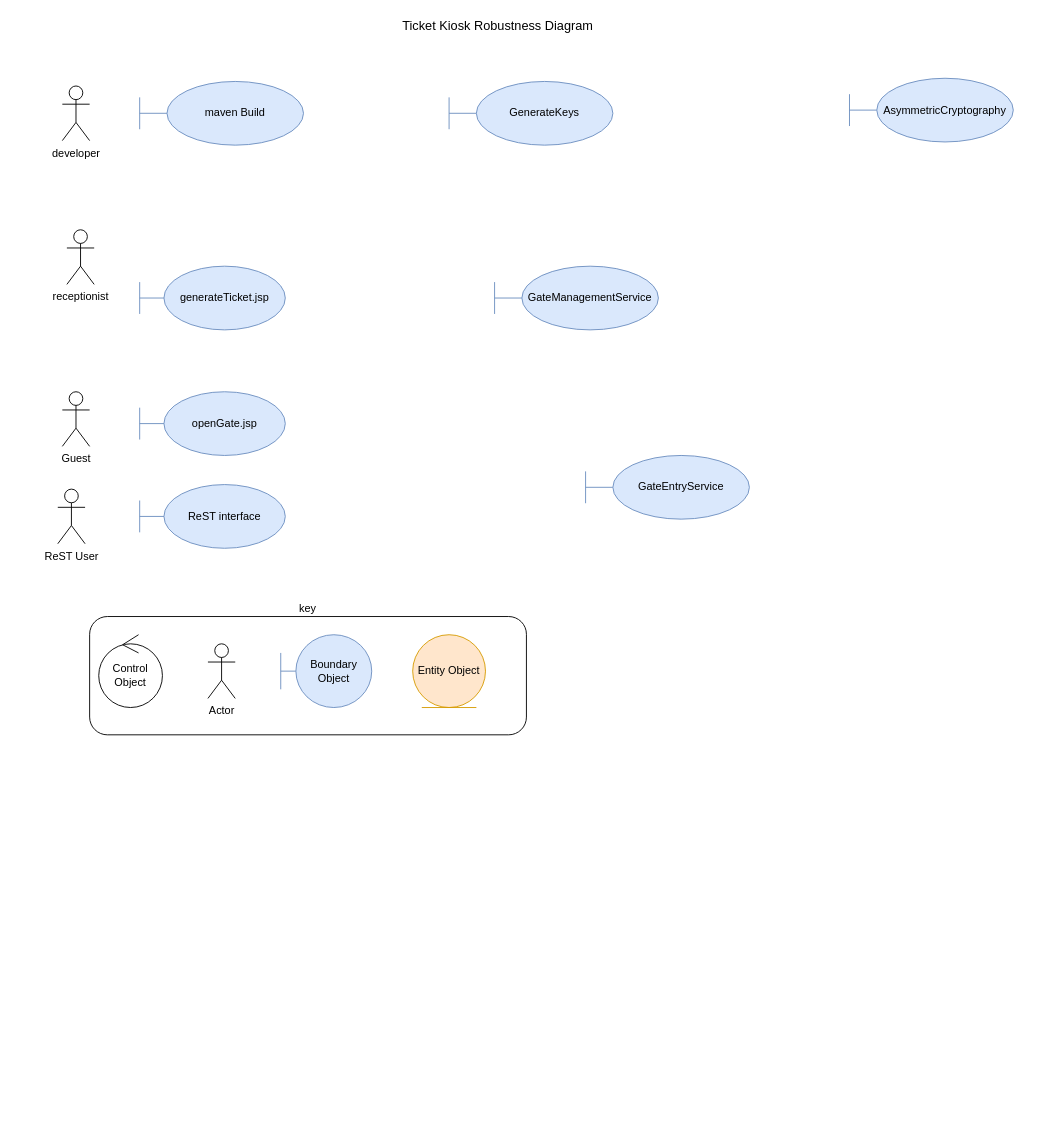
The draw.io diagram ticketgate/UMLmodel/drawio/ticket-gate-robustness-diagram-drawio.drawio in JSDale/OODDAssessment, before the edit. Source tidied: cells renumbered, new cells numbered last; positions are measured from the earlier drawing's top-left corner, leaving out a move shared by most shapes. Both pictures are drawn from the tidied source at 91%, with x=0, y=0 at pixel (57, 15).
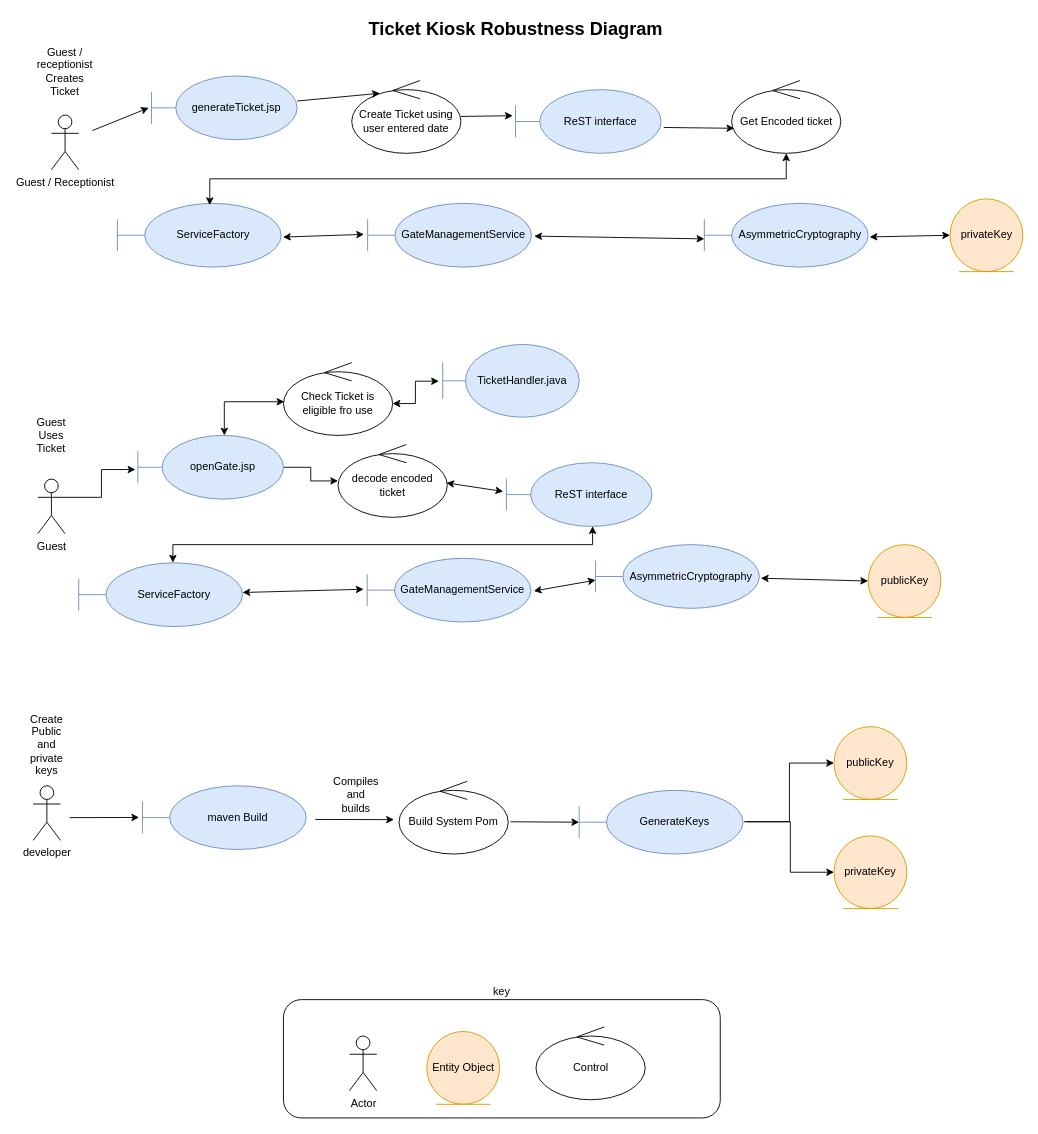
The same diagram, later.

Commit message (it also covers changes not shown here):
working on diagrams

Diff of the diagram source:
```diff
@@
     <mxCell id="2" value="key" style="rounded=1;whiteSpace=wrap;html=1;labelPosition=center;verticalLabelPosition=top;align=center;verticalAlign=bottom;" parent="1" vertex="1">
-      <mxGeometry x="35" y="660" width="480" height="130" as="geometry" />
+      <mxGeometry x="248" y="1081" width="480" height="130" as="geometry" />
     </mxCell>
-    <mxCell id="3" value="Control Object" style="ellipse;shape=umlControl;whiteSpace=wrap;html=1;" parent="1" vertex="1">
-      <mxGeometry x="45" y="680" width="70" height="80" as="geometry" />
+    <mxCell id="3" value="Create Ticket using user entered date" style="ellipse;shape=umlControl;whiteSpace=wrap;html=1;" parent="1" vertex="1">
+      <mxGeometry x="323" y="71" width="120" height="80" as="geometry" />
     </mxCell>
     <mxCell id="4" value="Actor" style="shape=umlActor;verticalLabelPosition=bottom;labelBackgroundColor=#ffffff;verticalAlign=top;html=1;" parent="1" vertex="1">
-      <mxGeometry x="165" y="690" width="30" height="60" as="geometry" />
+      <mxGeometry x="320.5" y="1121" width="30" height="60" as="geometry" />
     </mxCell>
-    <mxCell id="5" value="Boundary Object" style="shape=umlBoundary;whiteSpace=wrap;html=1;fillColor=#dae8fc;strokeColor=#6c8ebf;" parent="1" vertex="1">
-      <mxGeometry x="245" y="680" width="100" height="80" as="geometry" />
+    <mxCell id="5" value="TicketHandler.java" style="shape=umlBoundary;whiteSpace=wrap;html=1;fillColor=#dae8fc;strokeColor=#6c8ebf;" parent="1" vertex="1">
+      <mxGeometry x="423" y="361" width="150" height="80" as="geometry" />
     </mxCell>
-    <mxCell id="6" value="Entity Object" style="ellipse;shape=umlEntity;whiteSpace=wrap;html=1;fillColor=#ffe6cc;strokeColor=#d79b00;" parent="1" vertex="1">
-      <mxGeometry x="390" y="680" width="80" height="80" as="geometry" />
-    </mxCell>
     <mxCell id="7" value="GateManagementService" style="shape=umlBoundary;whiteSpace=wrap;html=1;fillColor=#dae8fc;strokeColor=#6c8ebf;" parent="1" vertex="1">
-      <mxGeometry x="480" y="275" width="180" height="70" as="geometry" />
+      <mxGeometry x="340.5" y="206" width="180" height="70" as="geometry" />
     </mxCell>
-    <mxCell id="8" value="Ticket Kiosk Robustness Diagram" style="text;html=1;align=left;verticalAlign=top;spacingTop=-4;fontSize=14;" parent="1" vertex="1">
-      <mxGeometry x="377" width="190" height="20" as="geometry" />
+    <mxCell id="8" value="&lt;font style=&quot;font-size: 20px&quot;&gt;&lt;b&gt;Ticket Kiosk Robustness Diagram&lt;/b&gt;&lt;/font&gt;" style="text;html=1;align=left;verticalAlign=top;spacingTop=-4;fontSize=14;" parent="1" vertex="1">
+      <mxGeometry x="340" width="340" height="20" as="geometry" />
     </mxCell>
-    <mxCell id="9" value="receptionist" style="shape=umlActor;verticalLabelPosition=bottom;labelBackgroundColor=#ffffff;verticalAlign=top;html=1;" parent="1" vertex="1">
-      <mxGeometry x="10" y="235" width="30" height="60" as="geometry" />
-    </mxCell>
-    <mxCell id="10" value="Guest" style="shape=umlActor;verticalLabelPosition=bottom;labelBackgroundColor=#ffffff;verticalAlign=top;html=1;" parent="1" vertex="1">
-      <mxGeometry x="5" y="413" width="30" height="60" as="geometry" />
-    </mxCell>
-    <mxCell id="11" value="ReST User" style="shape=umlActor;verticalLabelPosition=bottom;labelBackgroundColor=#ffffff;verticalAlign=top;html=1;" parent="1" vertex="1">
-      <mxGeometry y="520" width="30" height="60" as="geometry" />
-    </mxCell>
     <mxCell id="12" value="developer" style="shape=umlActor;verticalLabelPosition=bottom;labelBackgroundColor=#ffffff;verticalAlign=top;html=1;" parent="1" vertex="1">
-      <mxGeometry x="5" y="77" width="30" height="60" as="geometry" />
+      <mxGeometry x="-27" y="846" width="30" height="60" as="geometry" />
     </mxCell>
+    <mxCell id="20" style="edgeStyle=orthogonalEdgeStyle;rounded=0;jettySize=auto;html=1;" parent="1" edge="1" source="13" target="31">
+      <mxGeometry relative="1" as="geometry" />
+    </mxCell>
     <mxCell id="13" value="openGate.jsp" style="shape=umlBoundary;whiteSpace=wrap;html=1;fillColor=#dae8fc;strokeColor=#6c8ebf;" parent="1" vertex="1">
-      <mxGeometry x="90" y="413" width="160" height="70" as="geometry" />
+      <mxGeometry x="88" y="461" width="160" height="70" as="geometry" />
     </mxCell>
     <mxCell id="14" value="generateTicket.jsp" style="shape=umlBoundary;whiteSpace=wrap;html=1;fillColor=#dae8fc;strokeColor=#6c8ebf;" parent="1" vertex="1">
-      <mxGeometry x="90" y="275" width="160" height="70" as="geometry" />
+      <mxGeometry x="103" y="66" width="160" height="70" as="geometry" />
     </mxCell>
-    <mxCell id="15" value="GateEntryService" style="shape=umlBoundary;whiteSpace=wrap;html=1;fillColor=#dae8fc;strokeColor=#6c8ebf;" parent="1" vertex="1">
-      <mxGeometry x="580" y="483" width="180" height="70" as="geometry" />
-    </mxCell>
-    <mxCell id="16" value="GenerateKeys" style="shape=umlBoundary;whiteSpace=wrap;html=1;fillColor=#dae8fc;strokeColor=#6c8ebf;" parent="1" vertex="1">
-      <mxGeometry x="430" y="72" width="180" height="70" as="geometry" />
+    <mxCell id="16" value="ServiceFactory" style="shape=umlBoundary;whiteSpace=wrap;html=1;fillColor=#dae8fc;strokeColor=#6c8ebf;" parent="1" vertex="1">
+      <mxGeometry x="65.5" y="206" width="180" height="70" as="geometry" />
     </mxCell>
     <mxCell id="17" value="AsymmetricCryptography" style="shape=umlBoundary;whiteSpace=wrap;html=1;fillColor=#dae8fc;strokeColor=#6c8ebf;" parent="1" vertex="1">
-      <mxGeometry x="870" y="68.5" width="180" height="70" as="geometry" />
+      <mxGeometry x="710.5" y="206" width="180" height="70" as="geometry" />
     </mxCell>
     <mxCell id="18" value="maven Build" style="shape=umlBoundary;whiteSpace=wrap;html=1;fillColor=#dae8fc;strokeColor=#6c8ebf;" parent="1" vertex="1">
-      <mxGeometry x="90" y="72" width="180" height="70" as="geometry" />
+      <mxGeometry x="93" y="846" width="180" height="70" as="geometry" />
     </mxCell>
     <mxCell id="19" value="ReST interface" style="shape=umlBoundary;whiteSpace=wrap;html=1;fillColor=#dae8fc;strokeColor=#6c8ebf;" parent="1" vertex="1">
-      <mxGeometry x="90" y="515" width="160" height="70" as="geometry" />
+      <mxGeometry x="503" y="81" width="160" height="70" as="geometry" />
     </mxCell>
+    <mxCell id="21" style="endArrow=classic;html=1;entryX=0.258;entryY=0.175;entryDx=0;entryDy=0;entryPerimeter=0;" parent="1" edge="1" source="14" target="3">
+      <mxGeometry relative="1" as="geometry" />
+    </mxCell>
+    <mxCell id="22" style="endArrow=classic;html=1;entryX=-0.019;entryY=0.409;entryDx=0;entryDy=0;entryPerimeter=0;" parent="1" edge="1" source="3" target="19">
+      <mxGeometry relative="1" as="geometry" />
+    </mxCell>
+    <mxCell id="23" value="Guest / Receptionist" style="shape=umlActor;verticalLabelPosition=bottom;labelBackgroundColor=#ffffff;verticalAlign=top;html=1;" parent="1" vertex="1">
+      <mxGeometry x="-7" y="109" width="30" height="60" as="geometry" />
+    </mxCell>
+    <mxCell id="24" style="endArrow=classic;html=1;entryX=-0.019;entryY=0.5;entryDx=0;entryDy=0;entryPerimeter=0;" parent="1" edge="1" target="14">
+      <mxGeometry relative="1" as="geometry">
+        <mxPoint x="38" y="126" as="sourcePoint" />
+      </mxGeometry>
+    </mxCell>
+    <mxCell id="25" style="endArrow=classic;html=1;entryX=-0.022;entryY=0.486;entryDx=0;entryDy=0;entryPerimeter=0;exitX=1.011;exitY=0.529;exitDx=0;exitDy=0;exitPerimeter=0;startArrow=classic;startFill=1;" parent="1" edge="1" source="16" target="7">
+      <mxGeometry relative="1" as="geometry" />
+    </mxCell>
+    <mxCell id="26" style="endArrow=classic;html=1;entryX=0;entryY=0.557;entryDx=0;entryDy=0;entryPerimeter=0;exitX=1.017;exitY=0.514;exitDx=0;exitDy=0;exitPerimeter=0;startArrow=classic;startFill=1;" parent="1" edge="1" source="7" target="17">
+      <mxGeometry relative="1" as="geometry" />
+    </mxCell>
+    <mxCell id="6" value="Entity Object" style="ellipse;shape=umlEntity;whiteSpace=wrap;html=1;fillColor=#ffe6cc;strokeColor=#d79b00;" parent="1" vertex="1">
+      <mxGeometry x="405.5" y="1116" width="80" height="80" as="geometry" />
+    </mxCell>
+    <mxCell id="27" value="privateKey" style="ellipse;shape=umlEntity;whiteSpace=wrap;html=1;fillColor=#ffe6cc;strokeColor=#d79b00;" parent="1" vertex="1">
+      <mxGeometry x="980.5" y="201" width="80" height="80" as="geometry" />
+    </mxCell>
+    <mxCell id="28" style="endArrow=classic;html=1;exitX=1.009;exitY=0.527;exitDx=0;exitDy=0;exitPerimeter=0;entryX=0;entryY=0.5;entryDx=0;entryDy=0;startArrow=classic;startFill=1;" parent="1" edge="1" source="17" target="27">
+      <mxGeometry relative="1" as="geometry" />
+    </mxCell>
+    <mxCell id="29" value="Control" style="ellipse;shape=umlControl;whiteSpace=wrap;html=1;" parent="1" vertex="1">
+      <mxGeometry x="525.5" y="1111" width="120" height="80" as="geometry" />
+    </mxCell>
+    <mxCell id="30" value="Guest / receptionist Creates Ticket" style="text;html=1;strokeColor=none;fillColor=none;align=center;verticalAlign=middle;whiteSpace=wrap;rounded=0;" parent="1" vertex="1">
+      <mxGeometry x="-12" y="51" width="40" height="20" as="geometry" />
+    </mxCell>
+    <mxCell id="31" value="decode encoded ticket" style="ellipse;shape=umlControl;whiteSpace=wrap;html=1;" parent="1" vertex="1">
+      <mxGeometry x="308" y="471" width="120" height="80" as="geometry" />
+    </mxCell>
+    <mxCell id="32" value="GateManagementService" style="shape=umlBoundary;whiteSpace=wrap;html=1;fillColor=#dae8fc;strokeColor=#6c8ebf;" parent="1" vertex="1">
+      <mxGeometry x="340" y="596" width="180" height="70" as="geometry" />
+    </mxCell>
+    <mxCell id="33" value="ServiceFactory" style="shape=umlBoundary;whiteSpace=wrap;html=1;fillColor=#dae8fc;strokeColor=#6c8ebf;" parent="1" vertex="1">
+      <mxGeometry x="23" y="601" width="180" height="70" as="geometry" />
+    </mxCell>
+    <mxCell id="34" value="AsymmetricCryptography" style="shape=umlBoundary;whiteSpace=wrap;html=1;fillColor=#dae8fc;strokeColor=#6c8ebf;" parent="1" vertex="1">
+      <mxGeometry x="591" y="581" width="180" height="70" as="geometry" />
+    </mxCell>
+    <mxCell id="35" value="ReST interface" style="shape=umlBoundary;whiteSpace=wrap;html=1;fillColor=#dae8fc;strokeColor=#6c8ebf;" parent="1" vertex="1">
+      <mxGeometry x="493" y="491" width="160" height="70" as="geometry" />
+    </mxCell>
+    <mxCell id="36" style="edgeStyle=orthogonalEdgeStyle;rounded=0;jettySize=auto;html=1;exitX=1;exitY=0.3333333333333333;exitDx=0;exitDy=0;exitPerimeter=0;entryX=-0.017;entryY=0.535;entryDx=0;entryDy=0;entryPerimeter=0;" parent="1" edge="1" source="10" target="13">
+      <mxGeometry relative="1" as="geometry" />
+    </mxCell>
+    <mxCell id="10" value="Guest" style="shape=umlActor;verticalLabelPosition=bottom;labelBackgroundColor=#ffffff;verticalAlign=top;html=1;" parent="1" vertex="1">
+      <mxGeometry x="-22" y="509" width="30" height="60" as="geometry" />
+    </mxCell>
+    <mxCell id="37" style="endArrow=classic;html=1;entryX=-0.022;entryY=0.486;entryDx=0;entryDy=0;entryPerimeter=0;startArrow=classic;startFill=1;" parent="1" edge="1" source="33" target="32">
+      <mxGeometry relative="1" as="geometry" />
+    </mxCell>
+    <mxCell id="38" style="endArrow=classic;html=1;entryX=0;entryY=0.557;entryDx=0;entryDy=0;entryPerimeter=0;exitX=1.017;exitY=0.514;exitDx=0;exitDy=0;exitPerimeter=0;startArrow=classic;startFill=1;" parent="1" edge="1" source="32" target="34">
+      <mxGeometry relative="1" as="geometry" />
+    </mxCell>
+    <mxCell id="39" value="publicKey" style="ellipse;shape=umlEntity;whiteSpace=wrap;html=1;fillColor=#ffe6cc;strokeColor=#d79b00;" parent="1" vertex="1">
+      <mxGeometry x="890.5" y="581" width="80" height="80" as="geometry" />
+    </mxCell>
+    <mxCell id="40" style="endArrow=classic;html=1;exitX=1.009;exitY=0.527;exitDx=0;exitDy=0;exitPerimeter=0;entryX=0;entryY=0.5;entryDx=0;entryDy=0;startArrow=classic;startFill=1;" parent="1" edge="1" source="34" target="39">
+      <mxGeometry relative="1" as="geometry" />
+    </mxCell>
+    <mxCell id="41" value="Guest Uses Ticket" style="text;html=1;strokeColor=none;fillColor=none;align=center;verticalAlign=middle;whiteSpace=wrap;rounded=0;" parent="1" vertex="1">
+      <mxGeometry x="-27" y="451" width="40" height="20" as="geometry" />
+    </mxCell>
+    <mxCell id="42" style="endArrow=classic;html=1;entryX=0.575;entryY=-0.003;entryDx=0;entryDy=0;entryPerimeter=0;exitX=0.592;exitY=0.997;exitDx=0;exitDy=0;exitPerimeter=0;rounded=0;edgeStyle=orthogonalEdgeStyle;startArrow=classic;startFill=1;" parent="1" edge="1" source="35" target="33">
+      <mxGeometry relative="1" as="geometry" />
+    </mxCell>
+    <mxCell id="43" style="endArrow=classic;startArrow=classic;html=1;exitX=0.992;exitY=0.527;exitDx=0;exitDy=0;exitPerimeter=0;entryX=-0.022;entryY=0.451;entryDx=0;entryDy=0;entryPerimeter=0;" parent="1" edge="1" source="31" target="35">
+      <mxGeometry relative="1" as="geometry" />
+    </mxCell>
+    <mxCell id="44" value="Get Encoded ticket" style="ellipse;shape=umlControl;whiteSpace=wrap;html=1;" parent="1" vertex="1">
+      <mxGeometry x="740.5" y="71" width="120" height="80" as="geometry" />
+    </mxCell>
+    <mxCell id="45" style="endArrow=classic;html=1;edgeStyle=elbowEdgeStyle;exitX=0.564;exitY=0.027;exitDx=0;exitDy=0;exitPerimeter=0;startArrow=classic;startFill=1;rounded=0;elbow=vertical;" parent="1" edge="1" source="16" target="44">
+      <mxGeometry relative="1" as="geometry" />
+    </mxCell>
+    <mxCell id="46" style="endArrow=classic;html=1;exitX=1.018;exitY=0.594;exitDx=0;exitDy=0;exitPerimeter=0;entryX=0.024;entryY=0.656;entryDx=0;entryDy=0;entryPerimeter=0;" parent="1" edge="1" source="19" target="44">
+      <mxGeometry relative="1" as="geometry" />
+    </mxCell>
+    <mxCell id="47" style="endArrow=classic;startArrow=classic;html=1;entryX=-0.028;entryY=0.505;entryDx=0;entryDy=0;entryPerimeter=0;exitX=0.999;exitY=0.562;exitDx=0;exitDy=0;exitPerimeter=0;rounded=0;edgeStyle=elbowEdgeStyle;" parent="1" edge="1" source="48" target="5">
+      <mxGeometry relative="1" as="geometry" />
+    </mxCell>
+    <mxCell id="48" value="Check Ticket is eligible fro use" style="ellipse;shape=umlControl;whiteSpace=wrap;html=1;" parent="1" vertex="1">
+      <mxGeometry x="248" y="381" width="120" height="80" as="geometry" />
+    </mxCell>
+    <mxCell id="49" style="endArrow=classic;startArrow=classic;html=1;edgeStyle=elbowEdgeStyle;rounded=0;startFill=1;" parent="1" edge="1" source="13">
+      <mxGeometry relative="1" as="geometry">
+        <mxPoint x="249" y="424" as="targetPoint" />
+        <Array as="points">
+          <mxPoint x="183" y="451" />
+        </Array>
+      </mxGeometry>
+    </mxCell>
+    <mxCell id="50" value="Create Public and private keys" style="text;html=1;strokeColor=none;fillColor=none;align=center;verticalAlign=middle;whiteSpace=wrap;rounded=0;" parent="1" vertex="1">
+      <mxGeometry x="-32" y="791" width="40" height="20" as="geometry" />
+    </mxCell>
+    <mxCell id="51" style="endArrow=classic;html=1;entryX=-0.02;entryY=0.497;entryDx=0;entryDy=0;entryPerimeter=0;" parent="1" edge="1" target="18">
+      <mxGeometry relative="1" as="geometry">
+        <mxPoint x="13" y="881" as="sourcePoint" />
+      </mxGeometry>
+    </mxCell>
+    <mxCell id="52" style="endArrow=classic;html=1;entryX=-0.02;entryY=0.46;entryDx=0;entryDy=0;entryPerimeter=0;" parent="1" edge="1">
+      <mxGeometry relative="1" as="geometry">
+        <mxPoint x="283" y="883" as="sourcePoint" />
+        <mxPoint x="369.4" y="883.2" as="targetPoint" />
+      </mxGeometry>
+    </mxCell>
+    <mxCell id="53" value="Compiles and builds" style="text;html=1;strokeColor=none;fillColor=none;align=center;verticalAlign=middle;whiteSpace=wrap;rounded=0;" parent="1" vertex="1">
+      <mxGeometry x="308" y="846" width="40" height="20" as="geometry" />
+    </mxCell>
+    <mxCell id="54" value="Build System Pom" style="ellipse;shape=umlControl;whiteSpace=wrap;html=1;" parent="1" vertex="1">
+      <mxGeometry x="375" y="841" width="120" height="80" as="geometry" />
+    </mxCell>
+    <mxCell id="55" style="endArrow=classic;html=1;exitX=1.022;exitY=0.557;exitDx=0;exitDy=0;exitPerimeter=0;" parent="1" edge="1" source="54">
+      <mxGeometry relative="1" as="geometry">
+        <mxPoint x="573" y="886" as="targetPoint" />
+      </mxGeometry>
+    </mxCell>
+    <mxCell id="56" value="GenerateKeys" style="shape=umlBoundary;whiteSpace=wrap;html=1;fillColor=#dae8fc;strokeColor=#6c8ebf;" parent="1" vertex="1">
+      <mxGeometry x="573" y="851" width="180" height="70" as="geometry" />
+    </mxCell>
+    <mxCell id="57" style="edgeStyle=elbowEdgeStyle;rounded=0;jettySize=auto;html=1;exitX=0;exitY=0.5;exitDx=0;exitDy=0;entryX=1.006;entryY=0.493;entryDx=0;entryDy=0;entryPerimeter=0;startArrow=classic;startFill=1;endArrow=none;endFill=0;" parent="1" edge="1" source="58" target="56">
+      <mxGeometry relative="1" as="geometry" />
+    </mxCell>
+    <mxCell id="58" value="publicKey" style="ellipse;shape=umlEntity;whiteSpace=wrap;html=1;fillColor=#ffe6cc;strokeColor=#d79b00;" parent="1" vertex="1">
+      <mxGeometry x="853" y="781" width="80" height="80" as="geometry" />
+    </mxCell>
+    <mxCell id="59" style="edgeStyle=elbowEdgeStyle;rounded=0;jettySize=auto;html=1;exitX=0;exitY=0.5;exitDx=0;exitDy=0;startArrow=classic;startFill=1;entryX=1.019;entryY=0.493;entryDx=0;entryDy=0;entryPerimeter=0;endArrow=none;endFill=0;" parent="1" edge="1" source="60" target="56">
+      <mxGeometry relative="1" as="geometry" />
+    </mxCell>
+    <mxCell id="60" value="privateKey" style="ellipse;shape=umlEntity;whiteSpace=wrap;html=1;fillColor=#ffe6cc;strokeColor=#d79b00;" parent="1" vertex="1">
+      <mxGeometry x="853" y="901" width="80" height="80" as="geometry" />
+    </mxCell>
```
